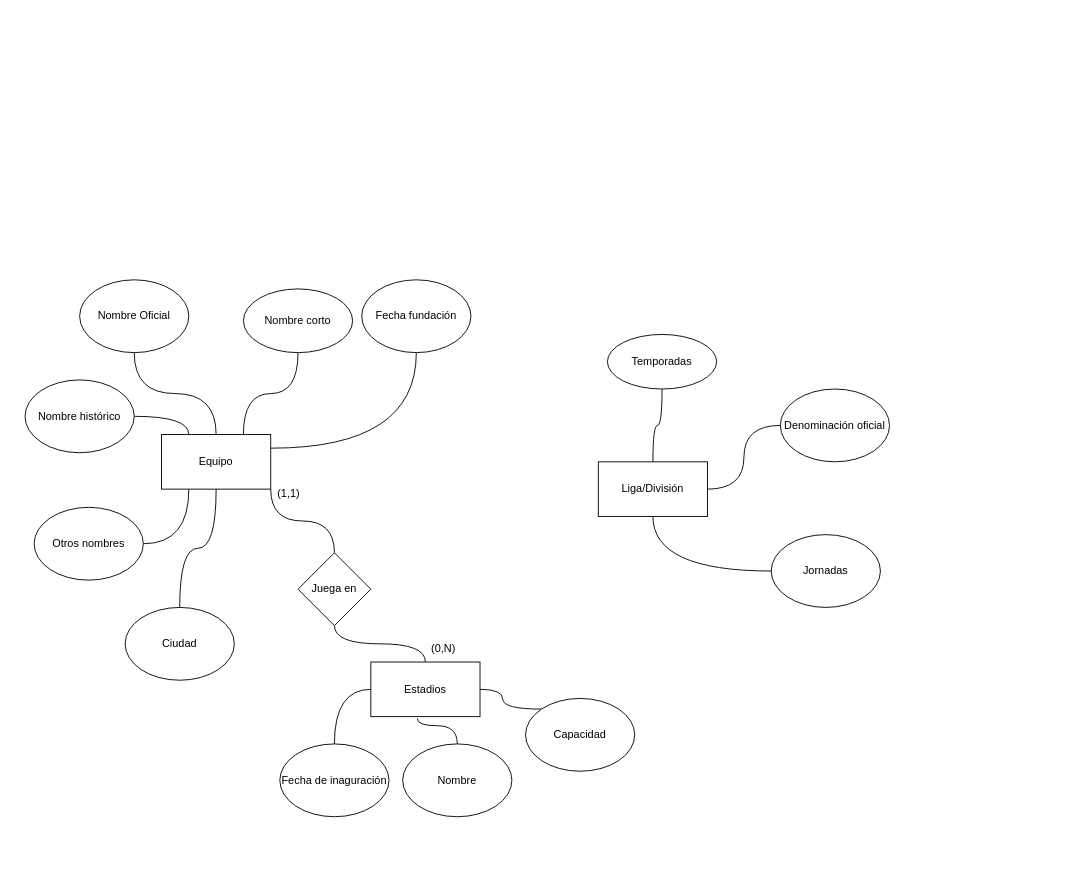
Above: draws/LigaFutbol.drawio in Practicass/Practica1_LigaFutbol (draw.io), before the change. Source tidied: cells renumbered, new cells numbered last; positions are measured from the earlier drawing's top-left corner, leaving out a move shared by most shapes. Both pictures are drawn from the tidied source at 91%, with x=0, y=0 at pixel (25, 279).
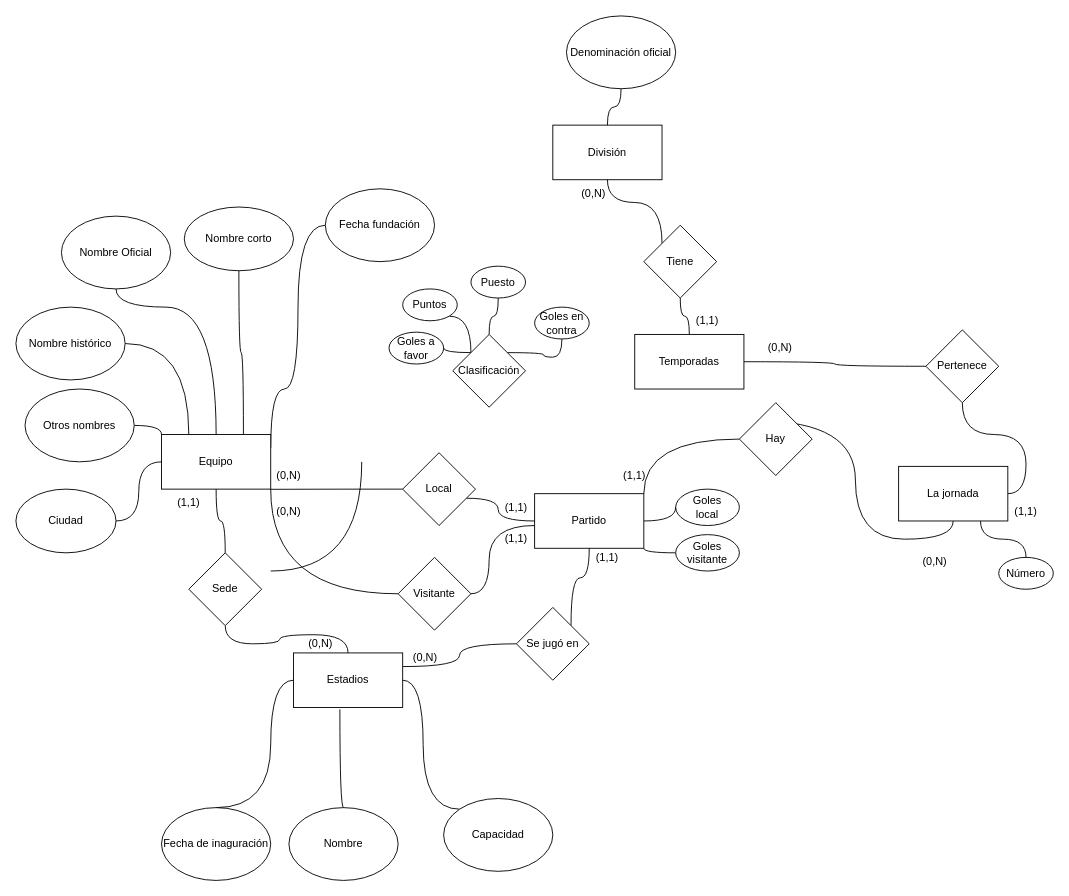
The same page after the edit.

The change refers to these unchanged cells:
```xml
<mxCell id="4" value="Equipo" style="rounded=0;whiteSpace=wrap;html=1;" parent="1" vertex="1">
  <mxGeometry x="150" y="170" width="120" height="60" as="geometry" />
</mxCell>
```

Change to the diagram source:
```diff
@@
     <mxCell id="2" style="edgeStyle=orthogonalEdgeStyle;curved=1;rounded=0;jettySize=auto;html=1;exitX=1;exitY=0.25;exitDx=0;exitDy=0;strokeWidth=1;endArrow=none;endFill=0;" parent="1" edge="1" source="4" target="17">
-      <mxGeometry relative="1" as="geometry" />
+      <mxGeometry relative="1" as="geometry">
+        <Array as="points">
+          <mxPoint x="270" y="120" />
+          <mxPoint x="300" y="120" />
+          <mxPoint x="300" y="-60" />
+        </Array>
+      </mxGeometry>
     </mxCell>
-    <mxCell id="3" style="edgeStyle=orthogonalEdgeStyle;curved=1;rounded=0;jettySize=auto;html=1;exitX=1;exitY=1;exitDx=0;exitDy=0;strokeWidth=1;endArrow=none;endFill=0;" parent="1" edge="1" source="4" target="31">
-      <mxGeometry relative="1" as="geometry" />
-    </mxCell>
@@
+    <mxCell id="34" style="edgeStyle=orthogonalEdgeStyle;curved=1;rounded=0;jettySize=auto;html=1;exitX=1;exitY=0.25;exitDx=0;exitDy=0;entryX=0;entryY=0.5;entryDx=0;entryDy=0;strokeWidth=1;endArrow=none;endFill=0;" parent="1" edge="1" source="5" target="57">
+      <mxGeometry relative="1" as="geometry" />
+    </mxCell>
     <mxCell id="5" value="Estadios" style="rounded=0;whiteSpace=wrap;html=1;" parent="1" vertex="1">
-      <mxGeometry x="380" y="420" width="120" height="60" as="geometry" />
+      <mxGeometry x="295" y="410" width="120" height="60" as="geometry" />
     </mxCell>
+    <mxCell id="35" style="edgeStyle=orthogonalEdgeStyle;curved=1;rounded=0;jettySize=auto;html=1;entryX=0.5;entryY=1;entryDx=0;entryDy=0;strokeWidth=1;endArrow=none;endFill=0;" parent="1" edge="1" source="6" target="65">
+      <mxGeometry relative="1" as="geometry" />
+    </mxCell>
+    <mxCell id="36" style="edgeStyle=orthogonalEdgeStyle;curved=1;rounded=0;jettySize=auto;html=1;exitX=1;exitY=0.5;exitDx=0;exitDy=0;entryX=0;entryY=0.5;entryDx=0;entryDy=0;strokeWidth=1;endArrow=none;endFill=0;" parent="1" edge="1" source="6" target="38">
+      <mxGeometry relative="1" as="geometry" />
+    </mxCell>
-    <mxCell id="6" value="Liga/División" style="rounded=0;whiteSpace=wrap;html=1;" parent="1" vertex="1">
-      <mxGeometry x="630" y="200" width="120" height="60" as="geometry" />
+    <mxCell id="6" value="Temporadas" style="rounded=0;whiteSpace=wrap;html=1;" parent="1" vertex="1">
+      <mxGeometry x="670" y="60" width="120" height="60" as="geometry" />
     </mxCell>
     <mxCell id="7" style="rounded=0;jettySize=auto;html=1;edgeStyle=orthogonalEdgeStyle;curved=1;strokeWidth=1;endArrow=none;endFill=0;" parent="1" edge="1" source="8" target="4">
-      <mxGeometry relative="1" as="geometry" />
+      <mxGeometry relative="1" as="geometry">
+        <Array as="points">
+          <mxPoint x="100" y="30" />
+          <mxPoint x="210" y="30" />
+        </Array>
+      </mxGeometry>
     </mxCell>
     <mxCell id="8" value="Nombre Oficial" style="ellipse;whiteSpace=wrap;html=1;" parent="1" vertex="1">
-      <mxGeometry x="60" width="120" height="80" as="geometry" />
+      <mxGeometry x="40" y="-70" width="120" height="80" as="geometry" />
     </mxCell>
@@
     <mxCell id="10" value="Nombre corto" style="ellipse;whiteSpace=wrap;html=1;" parent="1" vertex="1">
-      <mxGeometry x="240" y="10" width="120" height="70" as="geometry" />
+      <mxGeometry x="175" y="-80" width="120" height="70" as="geometry" />
     </mxCell>
-    <mxCell id="11" style="edgeStyle=orthogonalEdgeStyle;curved=1;rounded=0;jettySize=auto;html=1;entryX=0.25;entryY=0;entryDx=0;entryDy=0;strokeWidth=1;endArrow=none;endFill=0;" parent="1" edge="1" source="12" target="4">
+    <mxCell id="11" style="edgeStyle=orthogonalEdgeStyle;curved=1;rounded=0;jettySize=auto;html=1;exitX=1;exitY=0.5;exitDx=0;exitDy=0;entryX=0.25;entryY=0;entryDx=0;entryDy=0;strokeWidth=1;endArrow=none;endFill=0;" parent="1" edge="1" source="12" target="4">
       <mxGeometry relative="1" as="geometry" />
     </mxCell>
     <mxCell id="12" value="Nombre histórico" style="ellipse;whiteSpace=wrap;html=1;" parent="1" vertex="1">
-      <mxGeometry y="110" width="120" height="80" as="geometry" />
+      <mxGeometry x="-10" y="30" width="120" height="80" as="geometry" />
     </mxCell>
-    <mxCell id="13" style="edgeStyle=orthogonalEdgeStyle;curved=1;rounded=0;jettySize=auto;html=1;entryX=0.25;entryY=1;entryDx=0;entryDy=0;strokeWidth=1;endArrow=none;endFill=0;" parent="1" edge="1" source="14" target="4">
+    <mxCell id="13" style="edgeStyle=orthogonalEdgeStyle;curved=1;rounded=0;jettySize=auto;html=1;exitX=1;exitY=0.5;exitDx=0;exitDy=0;entryX=0;entryY=0;entryDx=0;entryDy=0;strokeWidth=1;endArrow=none;endFill=0;" parent="1" edge="1" source="14" target="4">
       <mxGeometry relative="1" as="geometry" />
     </mxCell>
     <mxCell id="14" value="Otros nombres" style="ellipse;whiteSpace=wrap;html=1;" parent="1" vertex="1">
-      <mxGeometry x="10" y="250" width="120" height="80" as="geometry" />
+      <mxGeometry y="120" width="120" height="80" as="geometry" />
     </mxCell>
-    <mxCell id="15" style="edgeStyle=orthogonalEdgeStyle;curved=1;rounded=0;jettySize=auto;html=1;entryX=0.5;entryY=1;entryDx=0;entryDy=0;strokeWidth=1;endArrow=none;endFill=0;" parent="1" edge="1" source="16" target="4">
+    <mxCell id="15" style="edgeStyle=orthogonalEdgeStyle;curved=1;rounded=0;jettySize=auto;html=1;entryX=0;entryY=0.5;entryDx=0;entryDy=0;strokeWidth=1;endArrow=none;endFill=0;" parent="1" edge="1" source="16" target="4">
       <mxGeometry relative="1" as="geometry" />
     </mxCell>
     <mxCell id="16" value="Ciudad" style="ellipse;whiteSpace=wrap;html=1;" parent="1" vertex="1">
-      <mxGeometry x="110" y="360" width="120" height="80" as="geometry" />
+      <mxGeometry x="-10" y="230" width="110" height="70" as="geometry" />
     </mxCell>
     <mxCell id="17" value="Fecha fundación" style="ellipse;whiteSpace=wrap;html=1;" parent="1" vertex="1">
-      <mxGeometry x="370" width="120" height="80" as="geometry" />
+      <mxGeometry x="330" y="-100" width="120" height="80" as="geometry" />
     </mxCell>
     <mxCell id="18" style="edgeStyle=orthogonalEdgeStyle;curved=1;rounded=0;jettySize=auto;html=1;exitX=0.5;exitY=0;exitDx=0;exitDy=0;entryX=0.425;entryY=1.033;entryDx=0;entryDy=0;entryPerimeter=0;strokeWidth=1;endArrow=none;endFill=0;" parent="1" edge="1" source="19" target="5">
-      <mxGeometry relative="1" as="geometry" />
+      <mxGeometry relative="1" as="geometry">
+        <Array as="points">
+          <mxPoint x="346" y="580" />
+        </Array>
+      </mxGeometry>
     </mxCell>
     <mxCell id="19" value="Nombre" style="ellipse;whiteSpace=wrap;html=1;" parent="1" vertex="1">
-      <mxGeometry x="415" y="510" width="120" height="80" as="geometry" />
+      <mxGeometry x="290" y="580" width="120" height="80" as="geometry" />
     </mxCell>
     <mxCell id="20" style="edgeStyle=orthogonalEdgeStyle;curved=1;rounded=0;jettySize=auto;html=1;exitX=0.5;exitY=0;exitDx=0;exitDy=0;entryX=0;entryY=0.5;entryDx=0;entryDy=0;strokeWidth=1;endArrow=none;endFill=0;" parent="1" edge="1" source="21" target="5">
-      <mxGeometry relative="1" as="geometry" />
+      <mxGeometry relative="1" as="geometry">
+        <Array as="points">
+          <mxPoint x="270" y="580" />
+          <mxPoint x="270" y="440" />
+        </Array>
+      </mxGeometry>
     </mxCell>
     <mxCell id="21" value="Fecha de inaguración" style="ellipse;whiteSpace=wrap;html=1;" parent="1" vertex="1">
-      <mxGeometry x="280" y="510" width="120" height="80" as="geometry" />
+      <mxGeometry x="150" y="580" width="120" height="80" as="geometry" />
     </mxCell>
@@
     <mxCell id="23" value="Capacidad" style="ellipse;whiteSpace=wrap;html=1;" parent="1" vertex="1">
-      <mxGeometry x="550" y="460" width="120" height="80" as="geometry" />
+      <mxGeometry x="460" y="570" width="120" height="80" as="geometry" />
     </mxCell>
-    <mxCell id="24" style="edgeStyle=orthogonalEdgeStyle;curved=1;rounded=0;jettySize=auto;html=1;exitX=0;exitY=0.5;exitDx=0;exitDy=0;entryX=1;entryY=0.5;entryDx=0;entryDy=0;strokeWidth=1;endArrow=none;endFill=0;" parent="1" edge="1" source="25" target="6">
-      <mxGeometry relative="1" as="geometry" />
-    </mxCell>
-    <mxCell id="25" value="Denominación oficial" style="ellipse;whiteSpace=wrap;html=1;" parent="1" vertex="1">
-      <mxGeometry x="830" y="120" width="120" height="80" as="geometry" />
-    </mxCell>
-    <mxCell id="26" style="edgeStyle=orthogonalEdgeStyle;curved=1;rounded=0;jettySize=auto;html=1;entryX=0.5;entryY=0;entryDx=0;entryDy=0;strokeWidth=1;endArrow=none;endFill=0;" parent="1" edge="1" source="27" target="6">
-      <mxGeometry relative="1" as="geometry" />
-    </mxCell>
-    <mxCell id="27" value="Temporadas" style="ellipse;whiteSpace=wrap;html=1;" parent="1" vertex="1">
-      <mxGeometry x="640" y="60" width="120" height="60" as="geometry" />
-    </mxCell>
-    <mxCell id="28" style="edgeStyle=orthogonalEdgeStyle;curved=1;rounded=0;jettySize=auto;html=1;exitX=0;exitY=0.5;exitDx=0;exitDy=0;entryX=0.5;entryY=1;entryDx=0;entryDy=0;strokeWidth=1;endArrow=none;endFill=0;" parent="1" edge="1" source="29" target="6">
-      <mxGeometry relative="1" as="geometry" />
-    </mxCell>
-    <mxCell id="29" value="Jornadas" style="ellipse;whiteSpace=wrap;html=1;" parent="1" vertex="1">
-      <mxGeometry x="820" y="280" width="120" height="80" as="geometry" />
-    </mxCell>
@@
+    <mxCell id="37" style="edgeStyle=orthogonalEdgeStyle;curved=1;rounded=0;jettySize=auto;html=1;exitX=0.5;exitY=0;exitDx=0;exitDy=0;entryX=0.5;entryY=1;entryDx=0;entryDy=0;strokeWidth=1;endArrow=none;endFill=0;" parent="1" edge="1" source="31" target="4">
+      <mxGeometry relative="1" as="geometry" />
+    </mxCell>
-    <mxCell id="31" value="Juega en" style="rhombus;whiteSpace=wrap;html=1;" parent="1" vertex="1">
-      <mxGeometry x="300" y="300" width="80" height="80" as="geometry" />
+    <mxCell id="31" value="Sede" style="rhombus;whiteSpace=wrap;html=1;" parent="1" vertex="1">
+      <mxGeometry x="180" y="300" width="80" height="80" as="geometry" />
     </mxCell>
     <mxCell id="32" value="(1,1)" style="text;html=1;strokeColor=none;fillColor=none;align=center;verticalAlign=middle;whiteSpace=wrap;rounded=0;" parent="1" vertex="1">
-      <mxGeometry x="260" y="220" width="60" height="30" as="geometry" />
+      <mxGeometry x="150" y="230" width="60" height="30" as="geometry" />
     </mxCell>
     <mxCell id="33" value="(0,N)" style="text;html=1;strokeColor=none;fillColor=none;align=center;verticalAlign=middle;whiteSpace=wrap;rounded=0;" parent="1" vertex="1">
-      <mxGeometry x="430" y="390" width="60" height="30" as="geometry" />
+      <mxGeometry x="295" y="385" width="60" height="30" as="geometry" />
     </mxCell>
+    <mxCell id="38" value="Pertenece" style="rhombus;whiteSpace=wrap;html=1;" parent="1" vertex="1">
+      <mxGeometry x="990" y="55" width="80" height="80" as="geometry" />
+    </mxCell>
+    <mxCell id="39" value="(1,1)" style="text;html=1;strokeColor=none;fillColor=none;align=center;verticalAlign=middle;whiteSpace=wrap;rounded=0;" parent="1" vertex="1">
+      <mxGeometry x="1070" y="240" width="60" height="30" as="geometry" />
+    </mxCell>
+    <mxCell id="40" value="(0,N)" style="text;html=1;strokeColor=none;fillColor=none;align=center;verticalAlign=middle;whiteSpace=wrap;rounded=0;" parent="1" vertex="1">
+      <mxGeometry x="800" y="60" width="60" height="30" as="geometry" />
+    </mxCell>
+    <mxCell id="41" value="División" style="rounded=0;whiteSpace=wrap;html=1;" parent="1" vertex="1">
+      <mxGeometry x="580" y="-170" width="120" height="60" as="geometry" />
+    </mxCell>
+    <mxCell id="42" value="Número" style="ellipse;whiteSpace=wrap;html=1;" parent="1" vertex="1">
+      <mxGeometry x="1070" y="305" width="60" height="35" as="geometry" />
+    </mxCell>
+    <mxCell id="43" value="Goles&lt;br&gt;local" style="ellipse;whiteSpace=wrap;html=1;" parent="1" vertex="1">
+      <mxGeometry x="715" y="230" width="70" height="40" as="geometry" />
+    </mxCell>
+    <mxCell id="44" style="edgeStyle=orthogonalEdgeStyle;curved=1;rounded=0;jettySize=auto;html=1;exitX=0;exitY=0.5;exitDx=0;exitDy=0;entryX=1;entryY=1;entryDx=0;entryDy=0;strokeWidth=1;endArrow=none;endFill=0;" parent="1" edge="1" source="45" target="48">
+      <mxGeometry relative="1" as="geometry" />
+    </mxCell>
+    <mxCell id="45" value="Goles&lt;br&gt;visitante" style="ellipse;whiteSpace=wrap;html=1;" parent="1" vertex="1">
+      <mxGeometry x="715" y="280" width="70" height="40" as="geometry" />
+    </mxCell>
+    <mxCell id="46" style="edgeStyle=orthogonalEdgeStyle;curved=1;rounded=0;jettySize=auto;html=1;exitX=1;exitY=0.5;exitDx=0;exitDy=0;entryX=0;entryY=0.5;entryDx=0;entryDy=0;strokeWidth=1;endArrow=none;endFill=0;" parent="1" edge="1" source="48" target="43">
+      <mxGeometry relative="1" as="geometry" />
+    </mxCell>
+    <mxCell id="47" style="edgeStyle=orthogonalEdgeStyle;curved=1;rounded=0;jettySize=auto;html=1;exitX=1;exitY=0;exitDx=0;exitDy=0;entryX=0;entryY=0.5;entryDx=0;entryDy=0;strokeWidth=1;endArrow=none;endFill=0;" parent="1" edge="1" source="48" target="71">
+      <mxGeometry relative="1" as="geometry" />
+    </mxCell>
+    <mxCell id="48" value="Partido" style="rounded=0;whiteSpace=wrap;html=1;" parent="1" vertex="1">
+      <mxGeometry x="560" y="235" width="120" height="60" as="geometry" />
+    </mxCell>
+    <mxCell id="49" style="edgeStyle=orthogonalEdgeStyle;curved=1;rounded=0;jettySize=auto;html=1;entryX=0;entryY=0.5;entryDx=0;entryDy=0;strokeWidth=1;endArrow=none;endFill=0;" parent="1" edge="1" source="51" target="48">
+      <mxGeometry relative="1" as="geometry">
+        <Array as="points">
+          <mxPoint x="520" y="240" />
+          <mxPoint x="520" y="265" />
+        </Array>
+      </mxGeometry>
+    </mxCell>
+    <mxCell id="50" style="edgeStyle=orthogonalEdgeStyle;curved=1;rounded=0;jettySize=auto;html=1;exitX=0;exitY=0.5;exitDx=0;exitDy=0;strokeWidth=1;endArrow=none;endFill=0;" parent="1" edge="1" source="51">
+      <mxGeometry relative="1" as="geometry">
+        <mxPoint x="270" y="230.2" as="targetPoint" />
+      </mxGeometry>
+    </mxCell>
+    <mxCell id="51" value="Local" style="rhombus;whiteSpace=wrap;html=1;" parent="1" vertex="1">
+      <mxGeometry x="415" y="190" width="80" height="80" as="geometry" />
+    </mxCell>
+    <mxCell id="52" style="edgeStyle=orthogonalEdgeStyle;curved=1;rounded=0;jettySize=auto;html=1;entryX=1;entryY=1;entryDx=0;entryDy=0;strokeWidth=1;endArrow=none;endFill=0;" parent="1" edge="1" source="54" target="4">
+      <mxGeometry relative="1" as="geometry" />
+    </mxCell>
+    <mxCell id="53" style="edgeStyle=orthogonalEdgeStyle;curved=1;rounded=0;jettySize=auto;html=1;exitX=1;exitY=0.5;exitDx=0;exitDy=0;strokeWidth=1;endArrow=none;endFill=0;" parent="1" edge="1" source="54">
+      <mxGeometry relative="1" as="geometry">
+        <mxPoint x="560" y="270" as="targetPoint" />
+        <Array as="points">
+          <mxPoint x="510" y="345" />
+          <mxPoint x="510" y="270" />
+          <mxPoint x="560" y="270" />
+        </Array>
+      </mxGeometry>
+    </mxCell>
+    <mxCell id="54" value="Visitante" style="rhombus;whiteSpace=wrap;html=1;" parent="1" vertex="1">
+      <mxGeometry x="410" y="305" width="80" height="80" as="geometry" />
+    </mxCell>
+    <mxCell id="55" style="endArrow=none;html=1;rounded=0;strokeWidth=1;curved=1;" parent="1" edge="1">
+      <mxGeometry relative="1" as="geometry">
+        <mxPoint x="270" y="320" as="sourcePoint" />
+        <mxPoint x="370" y="200" as="targetPoint" />
+        <Array as="points">
+          <mxPoint x="370" y="320" />
+        </Array>
+      </mxGeometry>
+    </mxCell>
+    <mxCell id="56" style="edgeStyle=orthogonalEdgeStyle;curved=1;rounded=0;jettySize=auto;html=1;exitX=1;exitY=0;exitDx=0;exitDy=0;strokeWidth=1;endArrow=none;endFill=0;" parent="1" edge="1" source="57" target="48">
+      <mxGeometry relative="1" as="geometry" />
+    </mxCell>
+    <mxCell id="57" value="Se jugó en" style="rhombus;whiteSpace=wrap;html=1;" parent="1" vertex="1">
+      <mxGeometry x="540" y="360" width="80" height="80" as="geometry" />
+    </mxCell>
+    <mxCell id="58" value="(0,N)" style="text;html=1;strokeColor=none;fillColor=none;align=center;verticalAlign=middle;whiteSpace=wrap;rounded=0;" parent="1" vertex="1">
+      <mxGeometry x="410" y="400" width="60" height="30" as="geometry" />
+    </mxCell>
+    <mxCell id="59" value="(1,1)" style="text;html=1;strokeColor=none;fillColor=none;align=center;verticalAlign=middle;whiteSpace=wrap;rounded=0;" parent="1" vertex="1">
+      <mxGeometry x="610" y="290" width="60" height="30" as="geometry" />
+    </mxCell>
+    <mxCell id="60" value="(1,1)" style="text;html=1;strokeColor=none;fillColor=none;align=center;verticalAlign=middle;whiteSpace=wrap;rounded=0;" parent="1" vertex="1">
+      <mxGeometry x="510" y="270" width="60" height="30" as="geometry" />
+    </mxCell>
+    <mxCell id="61" value="(1,1)" style="text;html=1;strokeColor=none;fillColor=none;align=center;verticalAlign=middle;whiteSpace=wrap;rounded=0;" parent="1" vertex="1">
+      <mxGeometry x="510" y="235" width="60" height="30" as="geometry" />
+    </mxCell>
+    <mxCell id="62" value="(0,N)" style="text;html=1;strokeColor=none;fillColor=none;align=center;verticalAlign=middle;whiteSpace=wrap;rounded=0;" parent="1" vertex="1">
+      <mxGeometry x="260" y="200" width="60" height="30" as="geometry" />
+    </mxCell>
+    <mxCell id="63" value="(0,N)" style="text;html=1;strokeColor=none;fillColor=none;align=center;verticalAlign=middle;whiteSpace=wrap;rounded=0;" parent="1" vertex="1">
+      <mxGeometry x="260" y="240" width="60" height="30" as="geometry" />
+    </mxCell>
+    <mxCell id="64" style="edgeStyle=orthogonalEdgeStyle;curved=1;rounded=0;jettySize=auto;html=1;exitX=0;exitY=0;exitDx=0;exitDy=0;entryX=0.5;entryY=1;entryDx=0;entryDy=0;strokeWidth=1;endArrow=none;endFill=0;" parent="1" edge="1" source="65" target="41">
+      <mxGeometry relative="1" as="geometry" />
+    </mxCell>
+    <mxCell id="65" value="Tiene" style="rhombus;whiteSpace=wrap;html=1;" parent="1" vertex="1">
+      <mxGeometry x="680" y="-60" width="80" height="80" as="geometry" />
+    </mxCell>
+    <mxCell id="66" style="edgeStyle=orthogonalEdgeStyle;curved=1;rounded=0;jettySize=auto;html=1;exitX=0.5;exitY=1;exitDx=0;exitDy=0;entryX=0.5;entryY=0;entryDx=0;entryDy=0;strokeWidth=1;endArrow=none;endFill=0;" parent="1" edge="1" source="25" target="41">
+      <mxGeometry relative="1" as="geometry" />
+    </mxCell>
+    <mxCell id="25" value="Denominación oficial" style="ellipse;whiteSpace=wrap;html=1;" parent="1" vertex="1">
+      <mxGeometry x="595" y="-290" width="120" height="80" as="geometry" />
+    </mxCell>
+    <mxCell id="67" style="edgeStyle=orthogonalEdgeStyle;curved=1;rounded=0;jettySize=auto;html=1;exitX=1;exitY=0.5;exitDx=0;exitDy=0;strokeWidth=1;endArrow=none;endFill=0;" parent="1" edge="1" source="70" target="38">
+      <mxGeometry relative="1" as="geometry" />
+    </mxCell>
+    <mxCell id="68" style="edgeStyle=orthogonalEdgeStyle;curved=1;rounded=0;jettySize=auto;html=1;exitX=0.5;exitY=1;exitDx=0;exitDy=0;entryX=0;entryY=0;entryDx=0;entryDy=0;strokeWidth=1;endArrow=none;endFill=0;" parent="1" edge="1" source="70" target="71">
+      <mxGeometry relative="1" as="geometry" />
+    </mxCell>
+    <mxCell id="69" style="edgeStyle=orthogonalEdgeStyle;curved=1;rounded=0;jettySize=auto;html=1;exitX=0.75;exitY=1;exitDx=0;exitDy=0;entryX=0.5;entryY=0;entryDx=0;entryDy=0;strokeWidth=1;endArrow=none;endFill=0;" parent="1" edge="1" source="70" target="42">
+      <mxGeometry relative="1" as="geometry" />
+    </mxCell>
+    <mxCell id="70" value="La jornada" style="rounded=0;whiteSpace=wrap;html=1;" parent="1" vertex="1">
+      <mxGeometry x="960" y="205" width="120" height="60" as="geometry" />
+    </mxCell>
+    <mxCell id="71" value="Hay" style="rhombus;whiteSpace=wrap;html=1;" parent="1" vertex="1">
+      <mxGeometry x="785" y="135" width="80" height="80" as="geometry" />
+    </mxCell>
+    <mxCell id="72" value="(1,1)" style="text;html=1;strokeColor=none;fillColor=none;align=center;verticalAlign=middle;whiteSpace=wrap;rounded=0;" parent="1" vertex="1">
+      <mxGeometry x="640" y="200" width="60" height="30" as="geometry" />
+    </mxCell>
+    <mxCell id="73" value="(0,N)" style="text;html=1;strokeColor=none;fillColor=none;align=center;verticalAlign=middle;whiteSpace=wrap;rounded=0;" parent="1" vertex="1">
+      <mxGeometry x="970" y="295" width="60" height="30" as="geometry" />
+    </mxCell>
+    <mxCell id="74" value="(0,N)" style="text;html=1;strokeColor=none;fillColor=none;align=center;verticalAlign=middle;whiteSpace=wrap;rounded=0;" parent="1" vertex="1">
+      <mxGeometry x="595" y="-110" width="60" height="30" as="geometry" />
+    </mxCell>
+    <mxCell id="75" value="(1,1)" style="text;html=1;strokeColor=none;fillColor=none;align=center;verticalAlign=middle;whiteSpace=wrap;rounded=0;" parent="1" vertex="1">
+      <mxGeometry x="720" y="30" width="60" height="30" as="geometry" />
+    </mxCell>
+    <mxCell id="76" style="edgeStyle=orthogonalEdgeStyle;curved=1;rounded=0;jettySize=auto;html=1;exitX=0;exitY=0;exitDx=0;exitDy=0;entryX=1;entryY=0.5;entryDx=0;entryDy=0;strokeWidth=1;endArrow=none;endFill=0;" parent="1" edge="1" source="80" target="83">
+      <mxGeometry relative="1" as="geometry" />
+    </mxCell>
+    <mxCell id="77" style="edgeStyle=orthogonalEdgeStyle;curved=1;rounded=0;jettySize=auto;html=1;exitX=1;exitY=0;exitDx=0;exitDy=0;entryX=0.5;entryY=1;entryDx=0;entryDy=0;strokeWidth=1;endArrow=none;endFill=0;" parent="1" edge="1" source="80" target="84">
+      <mxGeometry relative="1" as="geometry" />
+    </mxCell>
+    <mxCell id="78" style="edgeStyle=orthogonalEdgeStyle;curved=1;rounded=0;jettySize=auto;html=1;exitX=0.5;exitY=0;exitDx=0;exitDy=0;entryX=0.5;entryY=1;entryDx=0;entryDy=0;strokeWidth=1;endArrow=none;endFill=0;" parent="1" edge="1" source="80" target="82">
+      <mxGeometry relative="1" as="geometry" />
+    </mxCell>
+    <mxCell id="79" style="edgeStyle=orthogonalEdgeStyle;curved=1;rounded=0;jettySize=auto;html=1;exitX=0;exitY=0;exitDx=0;exitDy=0;entryX=1;entryY=1;entryDx=0;entryDy=0;strokeWidth=1;endArrow=none;endFill=0;" parent="1" edge="1" source="80" target="81">
+      <mxGeometry relative="1" as="geometry" />
+    </mxCell>
+    <mxCell id="80" value="Clasificación" style="rhombus;whiteSpace=wrap;html=1;" parent="1" vertex="1">
+      <mxGeometry x="470" y="60" width="80" height="80" as="geometry" />
+    </mxCell>
+    <mxCell id="81" value="Puntos" style="ellipse;whiteSpace=wrap;html=1;" parent="1" vertex="1">
+      <mxGeometry x="415" y="10" width="60" height="35" as="geometry" />
+    </mxCell>
+    <mxCell id="82" value="Puesto" style="ellipse;whiteSpace=wrap;html=1;" parent="1" vertex="1">
+      <mxGeometry x="490" y="-15" width="60" height="35" as="geometry" />
+    </mxCell>
+    <mxCell id="83" value="Goles a favor" style="ellipse;whiteSpace=wrap;html=1;" parent="1" vertex="1">
+      <mxGeometry x="400" y="57.5" width="60" height="35" as="geometry" />
+    </mxCell>
+    <mxCell id="84" value="Goles en contra" style="ellipse;whiteSpace=wrap;html=1;" parent="1" vertex="1">
+      <mxGeometry x="560" y="30" width="60" height="35" as="geometry" />
+    </mxCell>
```
